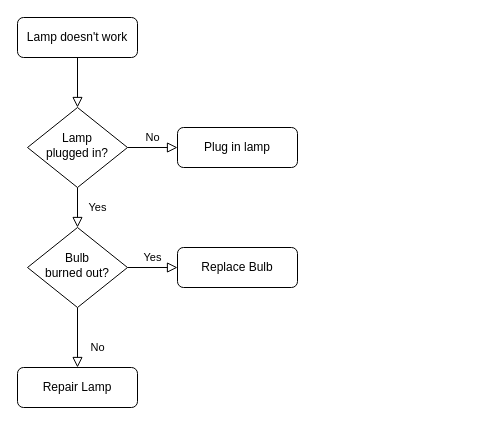
Earlier version of the draw.io diagram picture/流程图demo.drawio (QAQ5685150/diagrams). Source tidied: cells renumbered, new cells numbered last; positions are measured from the earlier drawing's top-left corner, leaving out a move shared by most shapes. Both pictures are drawn from the tidied source at 100%, with x=0, y=0 at pixel (17, 17).
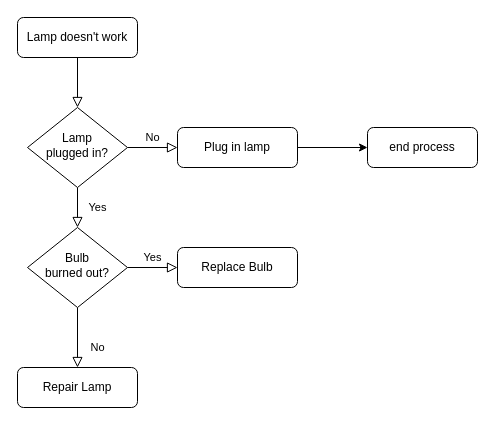
Above is the later version.

Commit message:
更新流程图demo.drawio

Diff of the diagram source:
```diff
@@
 <mxGraphModel>
   <root>
     <mxCell id="0" />
     <mxCell id="1" parent="0" />
     <mxCell id="2" style="rounded=0;html=1;jettySize=auto;fontSize=11;endArrow=block;endFill=0;endSize=8;strokeWidth=1;shadow=0;labelBackgroundColor=none;edgeStyle=orthogonalEdgeStyle;" parent="1" edge="1" source="3" target="6">
       <mxGeometry relative="1" as="geometry" />
     </mxCell>
     <mxCell id="3" value="Lamp doesn't work" style="rounded=1;whiteSpace=wrap;html=1;fontSize=12;glass=0;strokeWidth=1;shadow=0;" parent="1" vertex="1">
       <mxGeometry width="120" height="40" as="geometry" />
     </mxCell>
     <mxCell id="4" value="Yes" style="rounded=0;html=1;jettySize=auto;fontSize=11;endArrow=block;endFill=0;endSize=8;strokeWidth=1;shadow=0;labelBackgroundColor=none;edgeStyle=orthogonalEdgeStyle;" parent="1" edge="1" source="6" target="10">
       <mxGeometry y="20" relative="1" as="geometry" />
     </mxCell>
     <mxCell id="5" value="No" style="edgeStyle=orthogonalEdgeStyle;rounded=0;html=1;jettySize=auto;fontSize=11;endArrow=block;endFill=0;endSize=8;strokeWidth=1;shadow=0;labelBackgroundColor=none;" parent="1" edge="1" source="6" target="7">
       <mxGeometry y="10" relative="1" as="geometry" />
     </mxCell>
     <mxCell id="6" value="Lamp&lt;br&gt;plugged in?" style="rhombus;whiteSpace=wrap;html=1;shadow=0;fontFamily=Helvetica;fontSize=12;align=center;strokeWidth=1;spacing=6;spacingTop=-4;" parent="1" vertex="1">
       <mxGeometry x="10" y="90" width="100" height="80" as="geometry" />
     </mxCell>
+    <mxCell id="13" style="edgeStyle=orthogonalEdgeStyle;rounded=0;jettySize=auto;html=1;" parent="1" edge="1" source="7" target="14">
+      <mxGeometry relative="1" as="geometry" />
+    </mxCell>
     <mxCell id="7" value="Plug in lamp" style="rounded=1;whiteSpace=wrap;html=1;fontSize=12;glass=0;strokeWidth=1;shadow=0;" parent="1" vertex="1">
       <mxGeometry x="160" y="110" width="120" height="40" as="geometry" />
     </mxCell>
     <mxCell id="8" value="No" style="rounded=0;html=1;jettySize=auto;fontSize=11;endArrow=block;endFill=0;endSize=8;strokeWidth=1;shadow=0;labelBackgroundColor=none;edgeStyle=orthogonalEdgeStyle;" parent="1" edge="1" source="10" target="11">
       <mxGeometry x="0.33" y="20" relative="1" as="geometry" />
     </mxCell>
     <mxCell id="9" value="Yes" style="edgeStyle=orthogonalEdgeStyle;rounded=0;html=1;jettySize=auto;fontSize=11;endArrow=block;endFill=0;endSize=8;strokeWidth=1;shadow=0;labelBackgroundColor=none;" parent="1" edge="1" source="10" target="12">
       <mxGeometry y="10" relative="1" as="geometry" />
     </mxCell>
     <mxCell id="10" value="Bulb&lt;br&gt;burned out?" style="rhombus;whiteSpace=wrap;html=1;shadow=0;fontFamily=Helvetica;fontSize=12;align=center;strokeWidth=1;spacing=6;spacingTop=-4;" parent="1" vertex="1">
       <mxGeometry x="10" y="210" width="100" height="80" as="geometry" />
     </mxCell>
     <mxCell id="11" value="Repair Lamp" style="rounded=1;whiteSpace=wrap;html=1;fontSize=12;glass=0;strokeWidth=1;shadow=0;" parent="1" vertex="1">
       <mxGeometry y="350" width="120" height="40" as="geometry" />
     </mxCell>
     <mxCell id="12" value="Replace Bulb" style="rounded=1;whiteSpace=wrap;html=1;fontSize=12;glass=0;strokeWidth=1;shadow=0;" parent="1" vertex="1">
       <mxGeometry x="160" y="230" width="120" height="40" as="geometry" />
     </mxCell>
+    <mxCell id="14" value="end process" style="whiteSpace=wrap;html=1;rounded=1;glass=0;strokeWidth=1;shadow=0;" parent="1" vertex="1">
+      <mxGeometry x="350" y="110" width="110" height="40" as="geometry" />
+    </mxCell>
   </root>
 </mxGraphModel>
```
